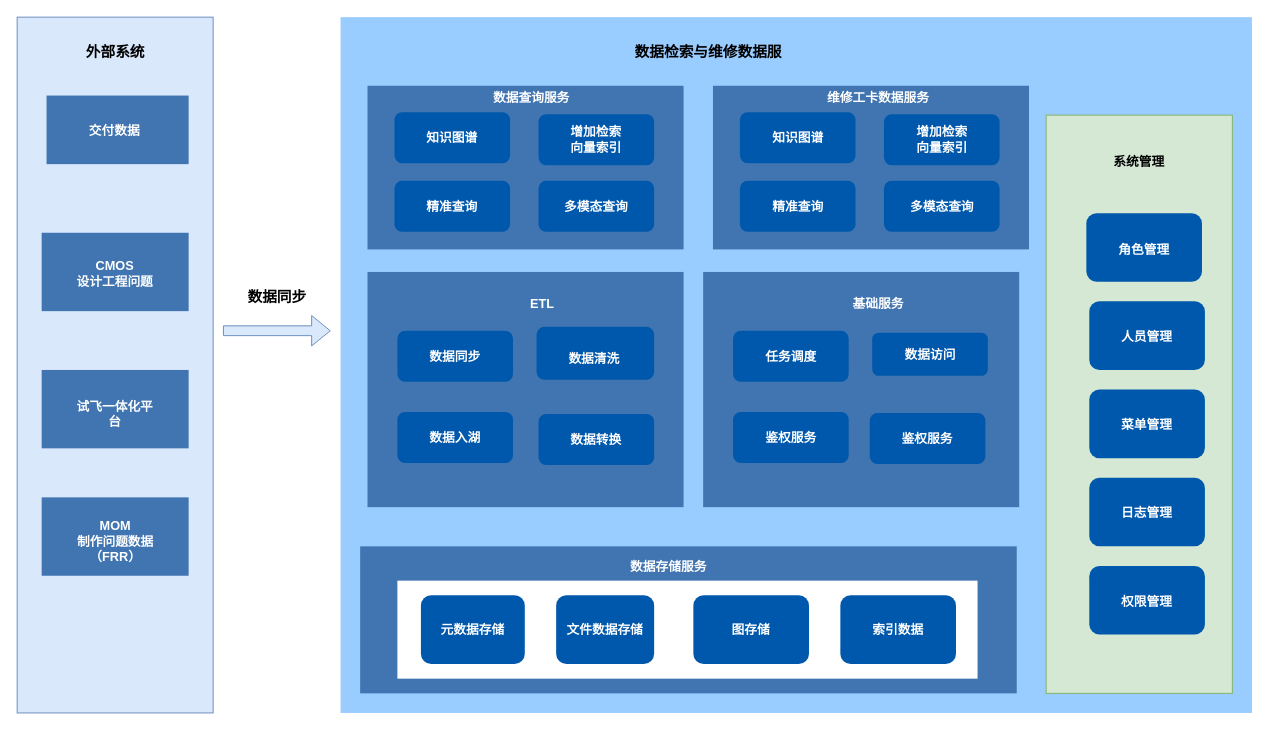
This is 数据检索与维修数据服/数据检索与维修数据服.drawio from DemonHan/KuickBuy, a draw.io file, before an edit. Source tidied: cells renumbered, new cells numbered last; positions are measured from the earlier drawing's top-left corner, leaving out a move shared by most shapes. Both pictures are drawn from the tidied source at 98%, with x=0, y=0 at pixel (17, 17).
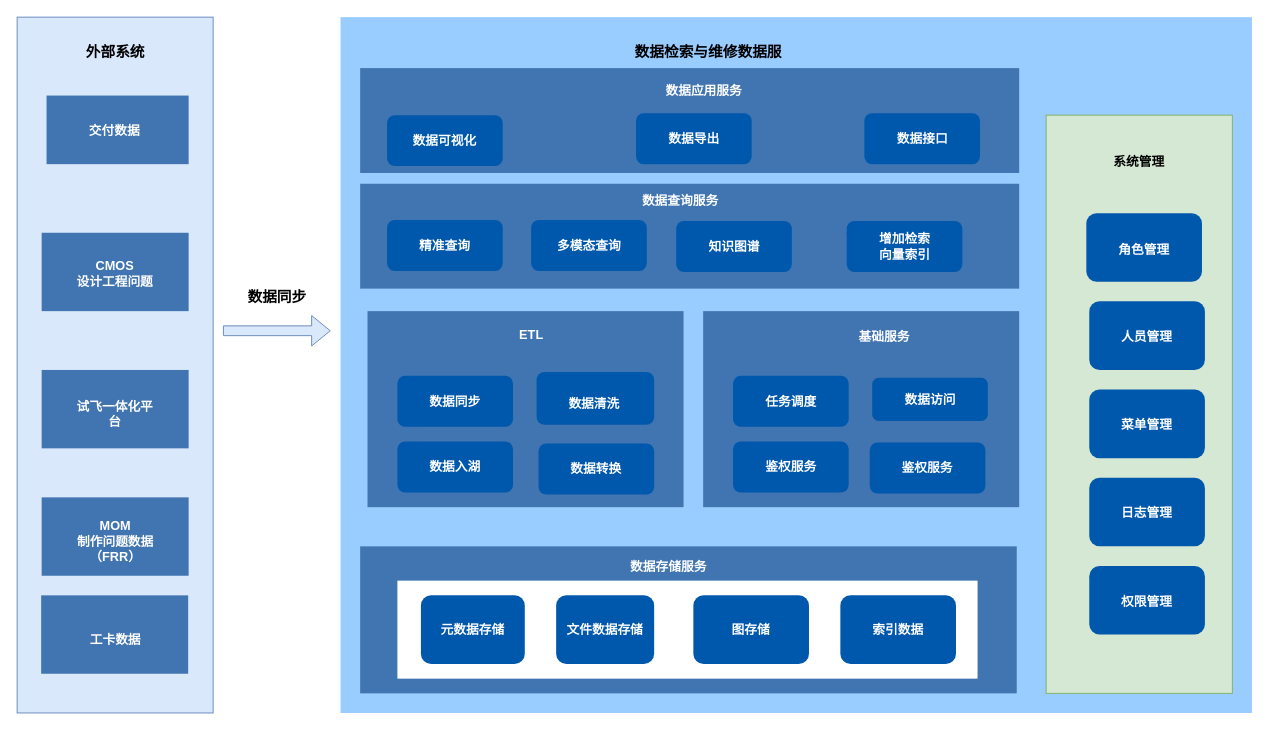
After the change.

Commit message (it also covers changes not shown here):
更新数据检索与维修数据服.drawio

Change to the diagram source:
```diff
@@
     <mxCell id="42" style="rounded=0;whiteSpace=wrap;html=1;fillColor=#4175B1;fontStyle=1;fontSize=13;strokeColor=none;" parent="1" vertex="1">
-      <mxGeometry x="357.5" y="260" width="322.5" height="240" as="geometry" />
+      <mxGeometry x="357.5" y="300" width="322.5" height="200" as="geometry" />
     </mxCell>
     <mxCell id="43" value="ETL" style="text;html=1;align=center;verticalAlign=middle;whiteSpace=wrap;rounded=0;fontStyle=1;fontSize=13;strokeColor=none;fontColor=#FFFFFF;" parent="1" vertex="1">
-      <mxGeometry x="491" y="277" width="90" height="30" as="geometry" />
+      <mxGeometry x="480" y="309" width="90" height="30" as="geometry" />
     </mxCell>
-    <mxCell id="44" style="rounded=1;whiteSpace=wrap;html=1;fontStyle=1;fontSize=13;strokeColor=none;fillColor=#0058AC;fontColor=#FFFFFF;" parent="1" vertex="1">
-      <mxGeometry x="388" y="320" width="118" height="52" as="geometry" />
-    </mxCell>
-    <mxCell id="45" value="数据同步" style="text;html=1;align=center;verticalAlign=middle;whiteSpace=wrap;rounded=0;fontStyle=1;fontSize=13;strokeColor=none;fontColor=#FFFFFF;" parent="1" vertex="1">
-      <mxGeometry x="400" y="330.5" width="94" height="31" as="geometry" />
-    </mxCell>
-    <mxCell id="46" style="group;" parent="1" vertex="1">
-      <mxGeometry x="550" y="326" width="118" height="44" as="geometry" />
-    </mxCell>
-    <mxCell id="47" style="rounded=1;whiteSpace=wrap;html=1;fontStyle=1;fontSize=13;strokeColor=none;fillColor=#0058AC;fontColor=#FFFFFF;" parent="46" vertex="1">
-      <mxGeometry x="-20" y="-10" width="120" height="54" as="geometry" />
-    </mxCell>
-    <mxCell id="48" value="数据清洗" style="text;html=1;align=center;verticalAlign=middle;whiteSpace=wrap;rounded=0;fontStyle=1;fontSize=13;strokeColor=none;fontColor=#FFFFFF;" parent="46" vertex="1">
-      <mxGeometry x="-10" y="10" width="98" height="24" as="geometry" />
-    </mxCell>
     <mxCell id="49" style="rounded=1;whiteSpace=wrap;html=1;fontStyle=1;fontSize=13;strokeColor=none;fillColor=#0058AC;fontColor=#FFFFFF;" parent="1" vertex="1">
-      <mxGeometry x="388" y="403" width="118" height="52" as="geometry" />
+      <mxGeometry x="388" y="433" width="118" height="52" as="geometry" />
     </mxCell>
     <mxCell id="50" value="数据入湖" style="text;html=1;align=center;verticalAlign=middle;whiteSpace=wrap;rounded=0;fontStyle=1;fontSize=13;strokeColor=none;fontColor=#FFFFFF;" parent="1" vertex="1">
-      <mxGeometry x="403" y="413.5" width="88" height="31" as="geometry" />
+      <mxGeometry x="403" y="443.5" width="88" height="31" as="geometry" />
     </mxCell>
     <mxCell id="51" style="rounded=0;whiteSpace=wrap;html=1;fillColor=#4175B1;fontStyle=1;fontSize=13;strokeColor=none;" parent="1" vertex="1">
-      <mxGeometry x="700" y="260" width="322.5" height="240" as="geometry" />
+      <mxGeometry x="700" y="300" width="322.5" height="200" as="geometry" />
     </mxCell>
     <mxCell id="52" value="基础服务" style="text;html=1;align=center;verticalAlign=middle;whiteSpace=wrap;rounded=0;fontStyle=1;fontSize=13;strokeColor=none;fontColor=#FFFFFF;" parent="1" vertex="1">
-      <mxGeometry x="833.5" y="277" width="90" height="30" as="geometry" />
+      <mxGeometry x="840" y="311" width="90" height="30" as="geometry" />
     </mxCell>
-    <mxCell id="53" style="rounded=1;whiteSpace=wrap;html=1;fontStyle=1;fontSize=13;strokeColor=none;fillColor=#0058AC;fontColor=#FFFFFF;" parent="1" vertex="1">
-      <mxGeometry x="730.5" y="320" width="118" height="52" as="geometry" />
-    </mxCell>
-    <mxCell id="54" value="任务调度" style="text;html=1;align=center;verticalAlign=middle;whiteSpace=wrap;rounded=0;fontStyle=1;fontSize=13;strokeColor=none;fontColor=#FFFFFF;" parent="1" vertex="1">
-      <mxGeometry x="742.5" y="330.5" width="94" height="31" as="geometry" />
-    </mxCell>
-    <mxCell id="55" style="group;" parent="1" vertex="1">
-      <mxGeometry x="892.5" y="322" width="118" height="44" as="geometry" />
-    </mxCell>
-    <mxCell id="56" style="rounded=1;whiteSpace=wrap;html=1;fontStyle=1;fontSize=13;strokeColor=none;fillColor=#0058AC;fontColor=#FFFFFF;" parent="55" vertex="1">
-      <mxGeometry x="-20" width="118" height="44" as="geometry" />
-    </mxCell>
-    <mxCell id="57" value="数据访问" style="text;html=1;align=center;verticalAlign=middle;whiteSpace=wrap;rounded=0;fontStyle=1;fontSize=13;strokeColor=none;fontColor=#FFFFFF;" parent="55" vertex="1">
-      <mxGeometry x="-10" y="10" width="98" height="24" as="geometry" />
-    </mxCell>
     <mxCell id="58" style="rounded=1;whiteSpace=wrap;html=1;fontStyle=1;fontSize=13;strokeColor=none;fillColor=#0058AC;fontColor=#FFFFFF;" parent="1" vertex="1">
-      <mxGeometry x="730.5" y="403" width="118" height="52" as="geometry" />
+      <mxGeometry x="730.5" y="433" width="118" height="52" as="geometry" />
     </mxCell>
     <mxCell id="59" value="鉴权服务" style="text;html=1;align=center;verticalAlign=middle;whiteSpace=wrap;rounded=0;fontStyle=1;fontSize=13;strokeColor=none;fontColor=#FFFFFF;" parent="1" vertex="1">
-      <mxGeometry x="745.5" y="413.5" width="88" height="31" as="geometry" />
+      <mxGeometry x="745.5" y="443.5" width="88" height="31" as="geometry" />
     </mxCell>
     <mxCell id="60" style="rounded=1;whiteSpace=wrap;html=1;fontStyle=1;fontSize=13;strokeColor=none;fillColor=#0058AC;fontColor=#FFFFFF;" parent="1" vertex="1">
-      <mxGeometry x="870" y="404" width="118" height="52" as="geometry" />
+      <mxGeometry x="870" y="434" width="118" height="52" as="geometry" />
     </mxCell>
     <mxCell id="61" value="鉴权服务" style="text;html=1;align=center;verticalAlign=middle;whiteSpace=wrap;rounded=0;fontStyle=1;fontSize=13;strokeColor=none;fontColor=#FFFFFF;" parent="1" vertex="1">
-      <mxGeometry x="885" y="414.5" width="88" height="31" as="geometry" />
+      <mxGeometry x="885" y="444.5" width="88" height="31" as="geometry" />
     </mxCell>
     <mxCell id="62" style="rounded=0;whiteSpace=wrap;html=1;fillColor=#4175B1;fontStyle=1;fontSize=13;strokeColor=none;" parent="1" vertex="1">
-      <mxGeometry x="357.5" y="70" width="322.5" height="167" as="geometry" />
+      <mxGeometry x="350" y="170" width="672.5" height="107" as="geometry" />
     </mxCell>
     <mxCell id="63" value="数据查询服务" style="text;html=1;align=center;verticalAlign=middle;whiteSpace=wrap;rounded=0;fontStyle=1;fontSize=13;strokeColor=none;fontColor=#FFFFFF;" parent="1" vertex="1">
-      <mxGeometry x="480" y="67" width="90" height="30" as="geometry" />
+      <mxGeometry x="631.5" y="172" width="90" height="30" as="geometry" />
     </mxCell>
     <mxCell id="64" style="rounded=1;whiteSpace=wrap;html=1;fontStyle=1;fontSize=13;strokeColor=none;fillColor=#0058AC;fontColor=#FFFFFF;" parent="1" vertex="1">
-      <mxGeometry x="385" y="97" width="118" height="52" as="geometry" />
+      <mxGeometry x="672.5" y="208" width="118" height="52" as="geometry" />
     </mxCell>
     <mxCell id="65" value="知识图谱" style="text;html=1;align=center;verticalAlign=middle;whiteSpace=wrap;rounded=0;fontStyle=1;fontSize=13;strokeColor=none;fontColor=#FFFFFF;" parent="1" vertex="1">
-      <mxGeometry x="400" y="107.5" width="88" height="31" as="geometry" />
+      <mxGeometry x="687.5" y="218.5" width="88" height="31" as="geometry" />
     </mxCell>
     <mxCell id="66" style="rounded=1;whiteSpace=wrap;html=1;fontStyle=1;fontSize=13;strokeColor=none;fillColor=#0058AC;fontColor=#FFFFFF;" parent="1" vertex="1">
-      <mxGeometry x="532" y="405" width="118" height="52" as="geometry" />
+      <mxGeometry x="532" y="435" width="118" height="52" as="geometry" />
     </mxCell>
     <mxCell id="67" value="数据转换" style="text;html=1;align=center;verticalAlign=middle;whiteSpace=wrap;rounded=0;fontStyle=1;fontSize=13;strokeColor=none;fontColor=#FFFFFF;" parent="1" vertex="1">
-      <mxGeometry x="547" y="415.5" width="88" height="31" as="geometry" />
+      <mxGeometry x="547" y="445.5" width="88" height="31" as="geometry" />
     </mxCell>
+    <mxCell id="84" style="edgeStyle=orthogonalEdgeStyle;rounded=0;jettySize=auto;html=1;exitX=0;exitY=0.25;exitDx=0;exitDy=0;entryX=0;entryY=0.25;entryDx=0;entryDy=0;" parent="1" edge="1" source="68" target="69">
+      <mxGeometry relative="1" as="geometry" />
+    </mxCell>
     <mxCell id="68" style="rounded=1;whiteSpace=wrap;html=1;fontStyle=1;fontSize=13;strokeColor=none;fillColor=#0058AC;fontColor=#FFFFFF;" parent="1" vertex="1">
-      <mxGeometry x="532" y="99" width="118" height="52" as="geometry" />
+      <mxGeometry x="846.5" y="208" width="118" height="52" as="geometry" />
     </mxCell>
     <mxCell id="69" value="增加检索&lt;div&gt;向量索引&lt;/div&gt;" style="text;html=1;align=center;verticalAlign=middle;whiteSpace=wrap;rounded=0;fontStyle=1;fontSize=13;strokeColor=none;fontColor=#FFFFFF;" parent="1" vertex="1">
-      <mxGeometry x="547" y="109.5" width="88" height="31" as="geometry" />
+      <mxGeometry x="864.5" y="219" width="82" height="30" as="geometry" />
     </mxCell>
     <mxCell id="70" style="rounded=1;whiteSpace=wrap;html=1;fontStyle=1;fontSize=13;strokeColor=none;fillColor=#0058AC;fontColor=#FFFFFF;" parent="1" vertex="1">
-      <mxGeometry x="385" y="167" width="118" height="52" as="geometry" />
+      <mxGeometry x="377.5" y="207" width="118" height="52" as="geometry" />
     </mxCell>
     <mxCell id="71" value="精准查询" style="text;html=1;align=center;verticalAlign=middle;whiteSpace=wrap;rounded=0;fontStyle=1;fontSize=13;strokeColor=none;fontColor=#FFFFFF;" parent="1" vertex="1">
-      <mxGeometry x="400" y="177.5" width="88" height="31" as="geometry" />
+      <mxGeometry x="390" y="217.5" width="93" height="31" as="geometry" />
     </mxCell>
     <mxCell id="72" style="rounded=1;whiteSpace=wrap;html=1;fontStyle=1;fontSize=13;strokeColor=none;fillColor=#0058AC;fontColor=#FFFFFF;" parent="1" vertex="1">
-      <mxGeometry x="532" y="167" width="118" height="52" as="geometry" />
+      <mxGeometry x="524.5" y="207" width="118" height="52" as="geometry" />
     </mxCell>
     <mxCell id="73" value="多模态查询" style="text;html=1;align=center;verticalAlign=middle;whiteSpace=wrap;rounded=0;fontStyle=1;fontSize=13;strokeColor=none;fontColor=#FFFFFF;" parent="1" vertex="1">
-      <mxGeometry x="547" y="177.5" width="88" height="31" as="geometry" />
+      <mxGeometry x="539.5" y="217.5" width="88" height="31" as="geometry" />
     </mxCell>
-    <mxCell id="74" style="rounded=0;whiteSpace=wrap;html=1;fillColor=#4175B1;fontStyle=1;fontSize=13;strokeColor=none;" parent="1" vertex="1">
-      <mxGeometry x="710" y="70" width="322.5" height="167" as="geometry" />
-    </mxCell>
-    <mxCell id="75" value="维修工卡数据服务" style="text;html=1;align=center;verticalAlign=middle;whiteSpace=wrap;rounded=0;fontStyle=1;fontSize=13;strokeColor=none;fontColor=#FFFFFF;" parent="1" vertex="1">
-      <mxGeometry x="819.8" y="67" width="117.5" height="30" as="geometry" />
-    </mxCell>
-    <mxCell id="76" style="rounded=1;whiteSpace=wrap;html=1;fontStyle=1;fontSize=13;strokeColor=none;fillColor=#0058AC;fontColor=#FFFFFF;" parent="1" vertex="1">
-      <mxGeometry x="737.5" y="97" width="118" height="52" as="geometry" />
-    </mxCell>
-    <mxCell id="77" value="知识图谱" style="text;html=1;align=center;verticalAlign=middle;whiteSpace=wrap;rounded=0;fontStyle=1;fontSize=13;strokeColor=none;fontColor=#FFFFFF;" parent="1" vertex="1">
-      <mxGeometry x="752.5" y="107.5" width="88" height="31" as="geometry" />
-    </mxCell>
-    <mxCell id="78" style="rounded=1;whiteSpace=wrap;html=1;fontStyle=1;fontSize=13;strokeColor=none;fillColor=#0058AC;fontColor=#FFFFFF;" parent="1" vertex="1">
-      <mxGeometry x="884.5" y="99" width="118" height="52" as="geometry" />
-    </mxCell>
-    <mxCell id="79" value="增加检索&lt;div&gt;向量索引&lt;/div&gt;" style="text;html=1;align=center;verticalAlign=middle;whiteSpace=wrap;rounded=0;fontStyle=1;fontSize=13;strokeColor=none;fontColor=#FFFFFF;" parent="1" vertex="1">
-      <mxGeometry x="899.5" y="109.5" width="88" height="31" as="geometry" />
-    </mxCell>
-    <mxCell id="80" style="rounded=1;whiteSpace=wrap;html=1;fontStyle=1;fontSize=13;strokeColor=none;fillColor=#0058AC;fontColor=#FFFFFF;" parent="1" vertex="1">
-      <mxGeometry x="737.5" y="167" width="118" height="52" as="geometry" />
-    </mxCell>
-    <mxCell id="81" value="精准查询" style="text;html=1;align=center;verticalAlign=middle;whiteSpace=wrap;rounded=0;fontStyle=1;fontSize=13;strokeColor=none;fontColor=#FFFFFF;" parent="1" vertex="1">
-      <mxGeometry x="752.5" y="177.5" width="88" height="31" as="geometry" />
-    </mxCell>
-    <mxCell id="82" style="rounded=1;whiteSpace=wrap;html=1;fontStyle=1;fontSize=13;strokeColor=none;fillColor=#0058AC;fontColor=#FFFFFF;" parent="1" vertex="1">
-      <mxGeometry x="884.5" y="167" width="118" height="52" as="geometry" />
-    </mxCell>
-    <mxCell id="83" value="多模态查询" style="text;html=1;align=center;verticalAlign=middle;whiteSpace=wrap;rounded=0;fontStyle=1;fontSize=13;strokeColor=none;fontColor=#FFFFFF;" parent="1" vertex="1">
-      <mxGeometry x="899.5" y="177.5" width="88" height="31" as="geometry" />
-    </mxCell>
+    <mxCell id="85" style="rounded=0;whiteSpace=wrap;html=1;fillColor=#4175B1;fontStyle=1;fontSize=13;strokeColor=none;" parent="1" vertex="1">
+      <mxGeometry x="24.5" y="590" width="150" height="80" as="geometry" />
+    </mxCell>
+    <mxCell id="86" value="工卡数据" style="text;html=1;align=center;verticalAlign=middle;whiteSpace=wrap;rounded=0;fontStyle=1;fontSize=13;strokeColor=none;fontColor=#FFFFFF;" parent="1" vertex="1">
+      <mxGeometry x="42.5" y="620" width="115" height="30" as="geometry" />
+    </mxCell>
+    <mxCell id="87" style="rounded=0;whiteSpace=wrap;html=1;fillColor=#4175B1;fontStyle=1;fontSize=13;strokeColor=none;" parent="1" vertex="1">
+      <mxGeometry x="350" y="52" width="672.5" height="107" as="geometry" />
+    </mxCell>
+    <mxCell id="88" value="数据应用服务" style="text;html=1;align=center;verticalAlign=middle;whiteSpace=wrap;rounded=0;fontStyle=1;fontSize=13;strokeColor=none;fontColor=#FFFFFF;" parent="1" vertex="1">
+      <mxGeometry x="655.5" y="60" width="90" height="30" as="geometry" />
+    </mxCell>
+    <mxCell id="44" style="rounded=1;whiteSpace=wrap;html=1;fontStyle=1;fontSize=13;strokeColor=none;fillColor=#0058AC;fontColor=#FFFFFF;" parent="1" vertex="1">
+      <mxGeometry x="388" y="366" width="118" height="52" as="geometry" />
+    </mxCell>
+    <mxCell id="45" value="数据同步" style="text;html=1;align=center;verticalAlign=middle;whiteSpace=wrap;rounded=0;fontStyle=1;fontSize=13;strokeColor=none;fontColor=#FFFFFF;" parent="1" vertex="1">
+      <mxGeometry x="400" y="376.5" width="94" height="31" as="geometry" />
+    </mxCell>
+    <mxCell id="46" style="group;" parent="1" vertex="1">
+      <mxGeometry x="550" y="372" width="118" height="44" as="geometry" />
+    </mxCell>
+    <mxCell id="47" style="rounded=1;whiteSpace=wrap;html=1;fontStyle=1;fontSize=13;strokeColor=none;fillColor=#0058AC;fontColor=#FFFFFF;" parent="46" vertex="1">
+      <mxGeometry x="-20" y="-10" width="120" height="54" as="geometry" />
+    </mxCell>
+    <mxCell id="48" value="数据清洗" style="text;html=1;align=center;verticalAlign=middle;whiteSpace=wrap;rounded=0;fontStyle=1;fontSize=13;strokeColor=none;fontColor=#FFFFFF;" parent="46" vertex="1">
+      <mxGeometry x="-10" y="10" width="98" height="24" as="geometry" />
+    </mxCell>
+    <mxCell id="53" style="rounded=1;whiteSpace=wrap;html=1;fontStyle=1;fontSize=13;strokeColor=none;fillColor=#0058AC;fontColor=#FFFFFF;" parent="1" vertex="1">
+      <mxGeometry x="730.5" y="366" width="118" height="52" as="geometry" />
+    </mxCell>
+    <mxCell id="54" value="任务调度" style="text;html=1;align=center;verticalAlign=middle;whiteSpace=wrap;rounded=0;fontStyle=1;fontSize=13;strokeColor=none;fontColor=#FFFFFF;" parent="1" vertex="1">
+      <mxGeometry x="742.5" y="376.5" width="94" height="31" as="geometry" />
+    </mxCell>
+    <mxCell id="56" style="rounded=1;whiteSpace=wrap;html=1;fontStyle=1;fontSize=13;strokeColor=none;fillColor=#0058AC;fontColor=#FFFFFF;" parent="1" vertex="1">
+      <mxGeometry x="872.5" y="368" width="118" height="44" as="geometry" />
+    </mxCell>
+    <mxCell id="57" value="数据访问" style="text;html=1;align=center;verticalAlign=middle;whiteSpace=wrap;rounded=0;fontStyle=1;fontSize=13;strokeColor=none;fontColor=#FFFFFF;" parent="1" vertex="1">
+      <mxGeometry x="882.5" y="378" width="98" height="24" as="geometry" />
+    </mxCell>
+    <mxCell id="89" style="rounded=1;whiteSpace=wrap;html=1;fontStyle=1;fontSize=13;strokeColor=none;fillColor=#0058AC;fontColor=#FFFFFF;" parent="1" vertex="1">
+      <mxGeometry x="377.5" y="100" width="118" height="52" as="geometry" />
+    </mxCell>
+    <mxCell id="90" value="数据可视化" style="text;html=1;align=center;verticalAlign=middle;whiteSpace=wrap;rounded=0;fontStyle=1;fontSize=13;strokeColor=none;fontColor=#FFFFFF;" parent="1" vertex="1">
+      <mxGeometry x="390" y="110.5" width="93" height="31" as="geometry" />
+    </mxCell>
+    <mxCell id="91" style="rounded=1;whiteSpace=wrap;html=1;fontStyle=1;fontSize=13;strokeColor=none;fillColor=#0058AC;fontColor=#FFFFFF;" parent="1" vertex="1">
+      <mxGeometry x="631.5" y="98" width="118" height="52" as="geometry" />
+    </mxCell>
+    <mxCell id="92" value="数据导出" style="text;html=1;align=center;verticalAlign=middle;whiteSpace=wrap;rounded=0;fontStyle=1;fontSize=13;strokeColor=none;fontColor=#FFFFFF;" parent="1" vertex="1">
+      <mxGeometry x="644.5" y="110" width="92" height="28" as="geometry" />
+    </mxCell>
+    <mxCell id="93" style="rounded=1;whiteSpace=wrap;html=1;fontStyle=1;fontSize=13;strokeColor=none;fillColor=#0058AC;fontColor=#FFFFFF;" parent="1" vertex="1">
+      <mxGeometry x="864.5" y="98" width="118" height="52" as="geometry" />
+    </mxCell>
+    <mxCell id="94" value="数据接口" style="text;html=1;align=center;verticalAlign=middle;whiteSpace=wrap;rounded=0;fontStyle=1;fontSize=13;strokeColor=none;fontColor=#FFFFFF;" parent="1" vertex="1">
+      <mxGeometry x="877.5" y="110" width="92" height="28" as="geometry" />
+    </mxCell>
```
